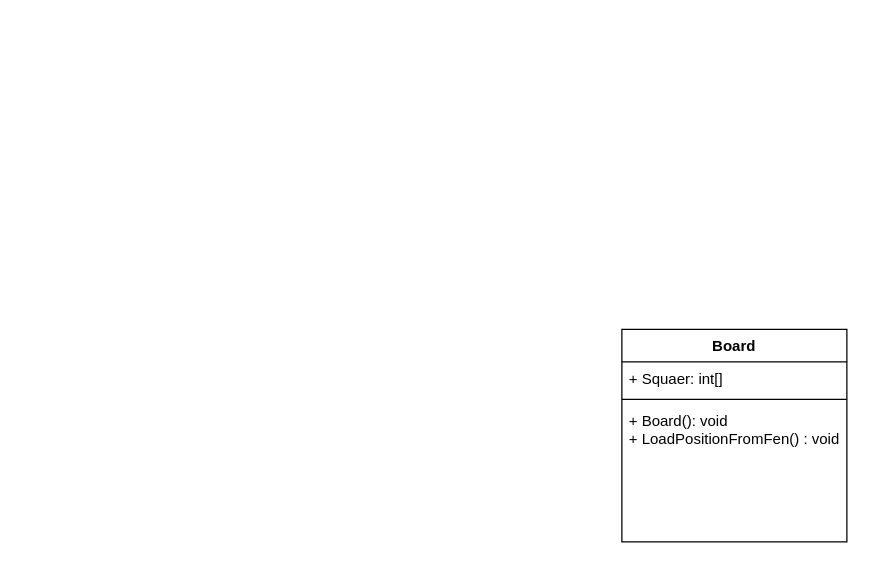
Before: class.drawio in Gilad-Weinberger/Chess, a draw.io diagram. Source tidied: cells renumbered, new cells numbered last; positions are measured from the earlier drawing's top-left corner, leaving out a move shared by most shapes. Both pictures are drawn from the tidied source at 125%, with x=0, y=0 at pixel (621, 329).
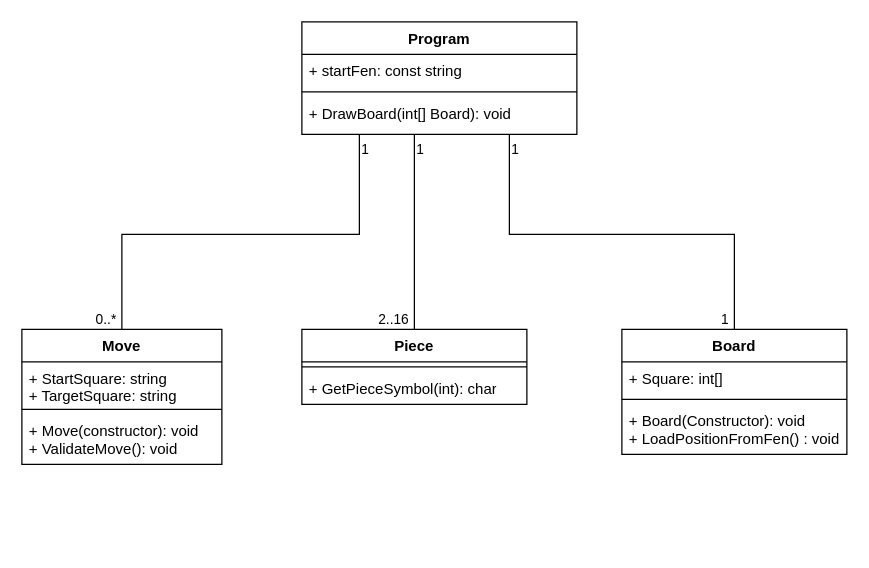
After the change.

Commit message (it also covers changes not shown here):
change startFen to gameFen

Diff of the diagram source:
```diff
@@
     <mxCell id="2" value="Board" style="swimlane;fontStyle=1;align=center;verticalAlign=top;horizontal=1;startSize=26;whiteSpace=wrap;html=1;" parent="1" vertex="1">
-      <mxGeometry width="180" height="170" as="geometry" />
+      <mxGeometry width="180" height="100" as="geometry" />
     </mxCell>
-    <mxCell id="3" value="+ Squaer: int[]" style="text;strokeColor=none;fillColor=none;align=left;verticalAlign=top;spacingLeft=4;spacingRight=4;overflow=hidden;whiteSpace=wrap;html=1;" parent="2" vertex="1">
+    <mxCell id="3" value="+ Square: int[]" style="text;strokeColor=none;fillColor=none;align=left;verticalAlign=top;spacingLeft=4;spacingRight=4;overflow=hidden;whiteSpace=wrap;html=1;" parent="2" vertex="1">
       <mxGeometry y="26" width="180" height="26" as="geometry" />
     </mxCell>
@@
-    <mxCell id="5" value="+ Board(): void&lt;br&gt;+ LoadPositionFromFen() : void&lt;br&gt;" style="text;strokeColor=none;fillColor=none;align=left;verticalAlign=top;spacingLeft=4;spacingRight=4;overflow=hidden;whiteSpace=wrap;html=1;" parent="2" vertex="1">
-      <mxGeometry y="60" width="180" height="110" as="geometry" />
+    <mxCell id="5" value="+ Board(Constructor): void&lt;br&gt;+ LoadPositionFromFen() : void" style="text;strokeColor=none;fillColor=none;align=left;verticalAlign=top;spacingLeft=4;spacingRight=4;overflow=hidden;whiteSpace=wrap;html=1;" parent="2" vertex="1">
+      <mxGeometry y="60" width="180" height="40" as="geometry" />
     </mxCell>
+    <mxCell id="6" value="Piece" style="swimlane;fontStyle=1;align=center;verticalAlign=top;horizontal=1;startSize=26;whiteSpace=wrap;html=1;" parent="1" vertex="1">
+      <mxGeometry x="-256" width="180" height="60" as="geometry" />
+    </mxCell>
+    <mxCell id="7" style="line;strokeWidth=1;fillColor=none;align=left;verticalAlign=middle;spacingTop=-1;spacingLeft=3;spacingRight=3;labelPosition=right;strokeColor=inherit;" parent="6" vertex="1">
+      <mxGeometry y="26" width="180" height="8" as="geometry" />
+    </mxCell>
+    <mxCell id="8" value="+ GetPieceSymbol(int): char" style="text;strokeColor=none;fillColor=none;align=left;verticalAlign=top;spacingLeft=4;spacingRight=4;overflow=hidden;whiteSpace=wrap;html=1;" parent="6" vertex="1">
+      <mxGeometry y="34" width="180" height="26" as="geometry" />
+    </mxCell>
+    <mxCell id="9" value="Program" style="swimlane;fontStyle=1;align=center;verticalAlign=top;horizontal=1;startSize=26;whiteSpace=wrap;html=1;" parent="1" vertex="1">
+      <mxGeometry x="-256" y="-246" width="220" height="90" as="geometry" />
+    </mxCell>
+    <mxCell id="10" value="+ startFen: const string" style="text;strokeColor=none;fillColor=none;align=left;verticalAlign=top;spacingLeft=4;spacingRight=4;overflow=hidden;whiteSpace=wrap;html=1;" parent="9" vertex="1">
+      <mxGeometry y="26" width="220" height="26" as="geometry" />
+    </mxCell>
+    <mxCell id="11" style="line;strokeWidth=1;fillColor=none;align=left;verticalAlign=middle;spacingTop=-1;spacingLeft=3;spacingRight=3;labelPosition=right;strokeColor=inherit;" parent="9" vertex="1">
+      <mxGeometry y="52" width="220" height="8" as="geometry" />
+    </mxCell>
+    <mxCell id="12" value="+ DrawBoard(int[] Board): void" style="text;strokeColor=none;fillColor=none;align=left;verticalAlign=top;spacingLeft=4;spacingRight=4;overflow=hidden;points=[[0,0.5],[1,0.5]];portConstraint=eastwest;whiteSpace=wrap;html=1;" parent="9" vertex="1">
+      <mxGeometry y="60" width="220" height="30" as="geometry" />
+    </mxCell>
+    <mxCell id="13" value="Move" style="swimlane;fontStyle=1;align=center;verticalAlign=top;horizontal=1;startSize=26;whiteSpace=wrap;html=1;" parent="1" vertex="1">
+      <mxGeometry x="-480" width="160" height="108" as="geometry" />
+    </mxCell>
+    <mxCell id="14" value="+ StartSquare: string&lt;br&gt;+ TargetSquare: string" style="text;strokeColor=none;fillColor=none;align=left;verticalAlign=top;spacingLeft=4;spacingRight=4;overflow=hidden;whiteSpace=wrap;html=1;" parent="13" vertex="1">
+      <mxGeometry y="26" width="160" height="34" as="geometry" />
+    </mxCell>
+    <mxCell id="15" style="line;strokeWidth=1;fillColor=none;align=left;verticalAlign=middle;spacingTop=-1;spacingLeft=3;spacingRight=3;labelPosition=right;strokeColor=inherit;" parent="13" vertex="1">
+      <mxGeometry y="60" width="160" height="8" as="geometry" />
+    </mxCell>
+    <mxCell id="16" value="+ Move(constructor): void&lt;br&gt;+ ValidateMove(): void" style="text;strokeColor=none;fillColor=none;align=left;verticalAlign=top;spacingLeft=4;spacingRight=4;overflow=hidden;whiteSpace=wrap;html=1;" parent="13" vertex="1">
+      <mxGeometry y="68" width="160" height="40" as="geometry" />
+    </mxCell>
+    <mxCell id="17" style="endArrow=none;html=1;edgeStyle=orthogonalEdgeStyle;rounded=0;" parent="1" edge="1" source="12" target="6">
+      <mxGeometry relative="1" as="geometry">
+        <Array as="points">
+          <mxPoint x="-166" y="-116" />
+          <mxPoint x="-166" y="-116" />
+        </Array>
+      </mxGeometry>
+    </mxCell>
+    <mxCell id="18" value="1" style="edgeLabel;html=1;align=left;verticalAlign=bottom;" parent="17" vertex="1">
+      <mxGeometry x="-1" relative="1" as="geometry">
+        <mxPoint y="20" as="offset" />
+      </mxGeometry>
+    </mxCell>
+    <mxCell id="19" value="2..16" style="edgeLabel;html=1;align=right;verticalAlign=bottom;" parent="17" vertex="1">
+      <mxGeometry x="1" relative="1" as="geometry">
+        <mxPoint x="-4" as="offset" />
+      </mxGeometry>
+    </mxCell>
+    <mxCell id="20" style="endArrow=none;html=1;edgeStyle=orthogonalEdgeStyle;rounded=0;" parent="1" edge="1" source="12" target="2">
+      <mxGeometry relative="1" as="geometry">
+        <Array as="points">
+          <mxPoint x="-90" y="-76" />
+          <mxPoint x="90" y="-76" />
+        </Array>
+      </mxGeometry>
+    </mxCell>
+    <mxCell id="21" value="1" style="edgeLabel;html=1;align=left;verticalAlign=bottom;" parent="20" vertex="1">
+      <mxGeometry x="-1" relative="1" as="geometry">
+        <mxPoint y="20" as="offset" />
+      </mxGeometry>
+    </mxCell>
+    <mxCell id="22" value="1" style="edgeLabel;html=1;align=right;verticalAlign=bottom;" parent="20" vertex="1">
+      <mxGeometry x="1" relative="1" as="geometry">
+        <mxPoint x="-4" as="offset" />
+      </mxGeometry>
+    </mxCell>
+    <mxCell id="23" style="endArrow=none;html=1;edgeStyle=orthogonalEdgeStyle;rounded=0;" parent="1" edge="1" source="12" target="13">
+      <mxGeometry relative="1" as="geometry">
+        <Array as="points">
+          <mxPoint x="-210" y="-76" />
+          <mxPoint x="-400" y="-76" />
+        </Array>
+      </mxGeometry>
+    </mxCell>
+    <mxCell id="24" value="1" style="edgeLabel;html=1;align=left;verticalAlign=bottom;" parent="23" vertex="1">
+      <mxGeometry x="-1" relative="1" as="geometry">
+        <mxPoint y="20" as="offset" />
+      </mxGeometry>
+    </mxCell>
+    <mxCell id="25" value="0..*" style="edgeLabel;html=1;align=right;verticalAlign=bottom;" parent="23" vertex="1">
+      <mxGeometry x="1" relative="1" as="geometry">
+        <mxPoint x="-4" as="offset" />
+      </mxGeometry>
+    </mxCell>
```
